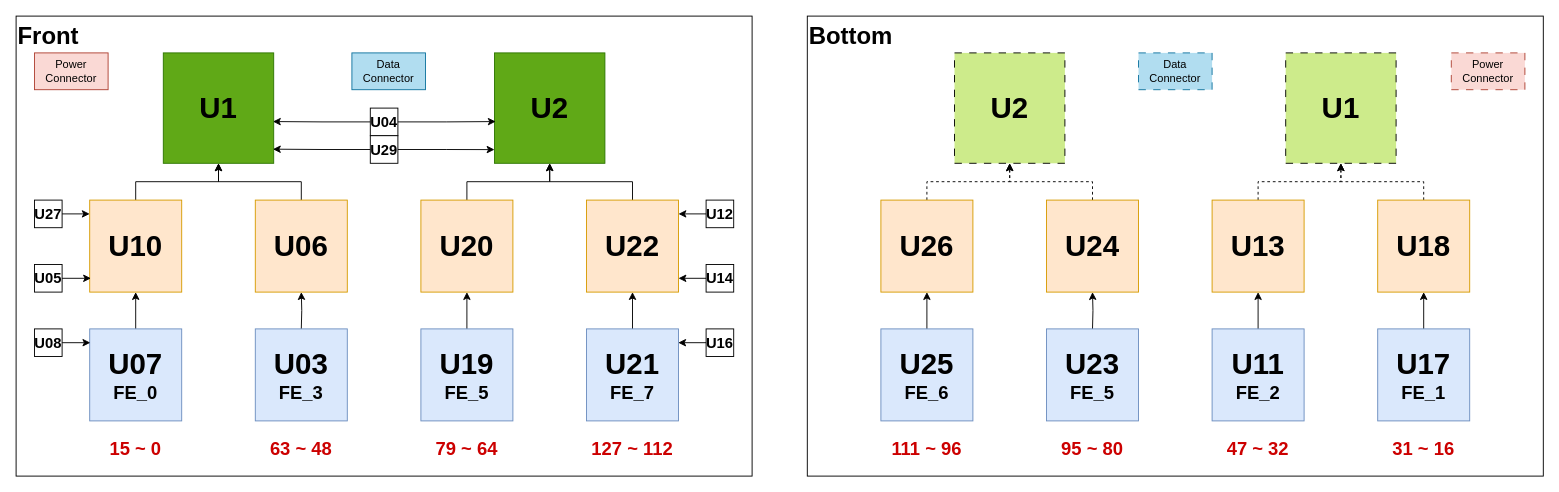
Above: CE_Mapping.drawio in lkebnl/Draw_IO (draw.io), before the change. Source tidied: cells renumbered, new cells numbered last; positions are measured from the earlier drawing's top-left corner, leaving out a move shared by most shapes. Both pictures are drawn from the tidied source at 92%, with x=0, y=0 at pixel (16, 16).
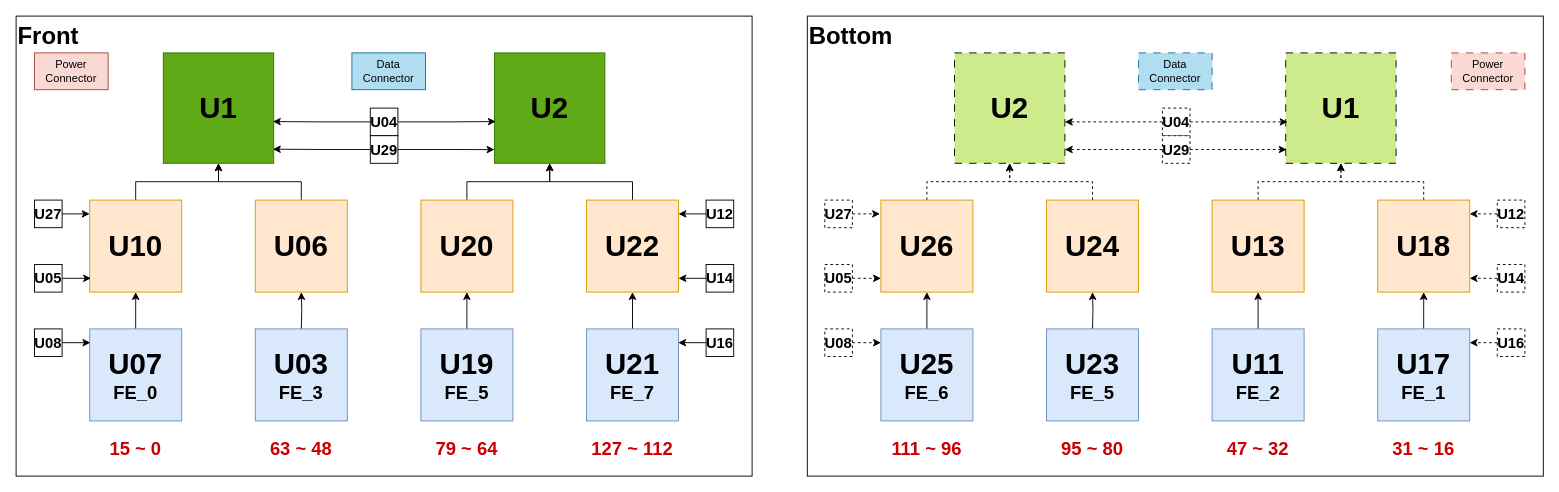
Above is the later version.

Change to the diagram source:
```diff
@@
+    <mxCell id="70" value="U04" style="whiteSpace=wrap;html=1;fontSize=16;fontStyle=1;dashed=1;" parent="1" vertex="1">
+      <mxGeometry x="1246" y="100" width="30" height="30" as="geometry" />
+    </mxCell>
+    <mxCell id="71" value="U29" style="whiteSpace=wrap;html=1;fontSize=16;fontStyle=1;dashed=1;" parent="1" vertex="1">
+      <mxGeometry x="1246" y="130" width="30" height="30" as="geometry" />
+    </mxCell>
+    <mxCell id="72" style="edgeStyle=orthogonalEdgeStyle;rounded=0;jettySize=auto;html=1;exitX=0;exitY=0.5;exitDx=0;exitDy=0;entryX=0.993;entryY=0.622;entryDx=0;entryDy=0;entryPerimeter=0;dashed=1;" parent="1" edge="1" source="70">
+      <mxGeometry relative="1" as="geometry">
+        <mxPoint x="1140" y="115" as="targetPoint" />
+      </mxGeometry>
+    </mxCell>
+    <mxCell id="73" style="edgeStyle=orthogonalEdgeStyle;rounded=0;jettySize=auto;html=1;exitX=0;exitY=0.5;exitDx=0;exitDy=0;entryX=0.993;entryY=0.872;entryDx=0;entryDy=0;entryPerimeter=0;dashed=1;" parent="1" edge="1" source="71">
+      <mxGeometry relative="1" as="geometry">
+        <mxPoint x="1140" y="145" as="targetPoint" />
+      </mxGeometry>
+    </mxCell>
+    <mxCell id="74" style="edgeStyle=orthogonalEdgeStyle;rounded=0;jettySize=auto;html=1;exitX=1;exitY=0.5;exitDx=0;exitDy=0;entryX=0.011;entryY=0.622;entryDx=0;entryDy=0;entryPerimeter=0;dashed=1;" parent="1" edge="1" source="70">
+      <mxGeometry relative="1" as="geometry">
+        <mxPoint x="1382" y="115" as="targetPoint" />
+      </mxGeometry>
+    </mxCell>
+    <mxCell id="75" style="edgeStyle=orthogonalEdgeStyle;rounded=0;jettySize=auto;html=1;exitX=1;exitY=0.5;exitDx=0;exitDy=0;entryX=0;entryY=0.876;entryDx=0;entryDy=0;entryPerimeter=0;dashed=1;" parent="1" edge="1" source="71">
+      <mxGeometry relative="1" as="geometry">
+        <mxPoint x="1381" y="145" as="targetPoint" />
+      </mxGeometry>
+    </mxCell>
+    <mxCell id="76" value="U27" style="whiteSpace=wrap;html=1;fontSize=16;fontStyle=1;dashed=1;" parent="1" vertex="1">
+      <mxGeometry x="879" y="200" width="30" height="30" as="geometry" />
+    </mxCell>
+    <mxCell id="77" value="U05" style="whiteSpace=wrap;html=1;fontSize=16;fontStyle=1;dashed=1;" parent="1" vertex="1">
+      <mxGeometry x="879" y="270" width="30" height="30" as="geometry" />
+    </mxCell>
+    <mxCell id="78" value="U08" style="whiteSpace=wrap;html=1;fontSize=16;fontStyle=1;dashed=1;" parent="1" vertex="1">
+      <mxGeometry x="879" y="340" width="30" height="30" as="geometry" />
+    </mxCell>
+    <mxCell id="79" style="edgeStyle=orthogonalEdgeStyle;rounded=0;jettySize=auto;html=1;exitX=1;exitY=0.5;exitDx=0;exitDy=0;entryX=0;entryY=0.148;entryDx=0;entryDy=0;entryPerimeter=0;dashed=1;" parent="1" edge="1" source="76">
+      <mxGeometry relative="1" as="geometry">
+        <mxPoint x="939" y="215" as="targetPoint" />
+      </mxGeometry>
+    </mxCell>
+    <mxCell id="80" style="edgeStyle=orthogonalEdgeStyle;rounded=0;jettySize=auto;html=1;exitX=1;exitY=0.5;exitDx=0;exitDy=0;entryX=0.014;entryY=0.848;entryDx=0;entryDy=0;entryPerimeter=0;dashed=1;" parent="1" edge="1" source="77">
+      <mxGeometry relative="1" as="geometry">
+        <mxPoint x="940" y="285" as="targetPoint" />
+      </mxGeometry>
+    </mxCell>
+    <mxCell id="81" style="edgeStyle=orthogonalEdgeStyle;rounded=0;jettySize=auto;html=1;exitX=1;exitY=0.5;exitDx=0;exitDy=0;entryX=0.007;entryY=0.145;entryDx=0;entryDy=0;entryPerimeter=0;dashed=1;" parent="1" edge="1" source="78">
+      <mxGeometry relative="1" as="geometry">
+        <mxPoint x="940" y="355" as="targetPoint" />
+      </mxGeometry>
+    </mxCell>
+    <mxCell id="82" value="U12" style="whiteSpace=wrap;html=1;fontSize=16;fontStyle=1;dashed=1;" parent="1" vertex="1">
+      <mxGeometry x="1610" y="200" width="30" height="30" as="geometry" />
+    </mxCell>
+    <mxCell id="83" value="U14" style="whiteSpace=wrap;html=1;fontSize=16;fontStyle=1;dashed=1;" parent="1" vertex="1">
+      <mxGeometry x="1610" y="270" width="30" height="30" as="geometry" />
+    </mxCell>
+    <mxCell id="84" value="U16" style="whiteSpace=wrap;html=1;fontSize=16;fontStyle=1;dashed=1;" parent="1" vertex="1">
+      <mxGeometry x="1610" y="340" width="30" height="30" as="geometry" />
+    </mxCell>
+    <mxCell id="85" style="edgeStyle=orthogonalEdgeStyle;rounded=0;jettySize=auto;html=1;exitX=0;exitY=0.5;exitDx=0;exitDy=0;entryX=1;entryY=0.148;entryDx=0;entryDy=0;entryPerimeter=0;dashed=1;" parent="1" edge="1" source="82">
+      <mxGeometry relative="1" as="geometry">
+        <mxPoint x="1580" y="215" as="targetPoint" />
+      </mxGeometry>
+    </mxCell>
+    <mxCell id="86" style="edgeStyle=orthogonalEdgeStyle;rounded=0;jettySize=auto;html=1;exitX=0;exitY=0.5;exitDx=0;exitDy=0;entryX=1;entryY=0.851;entryDx=0;entryDy=0;entryPerimeter=0;dashed=1;" parent="1" edge="1" source="83">
+      <mxGeometry relative="1" as="geometry">
+        <mxPoint x="1580" y="285" as="targetPoint" />
+      </mxGeometry>
+    </mxCell>
+    <mxCell id="87" style="edgeStyle=orthogonalEdgeStyle;rounded=0;jettySize=auto;html=1;exitX=0;exitY=0.5;exitDx=0;exitDy=0;entryX=0.997;entryY=0.145;entryDx=0;entryDy=0;entryPerimeter=0;dashed=1;" parent="1" edge="1" source="84">
+      <mxGeometry relative="1" as="geometry">
+        <mxPoint x="1580" y="355" as="targetPoint" />
+      </mxGeometry>
+    </mxCell>
```
